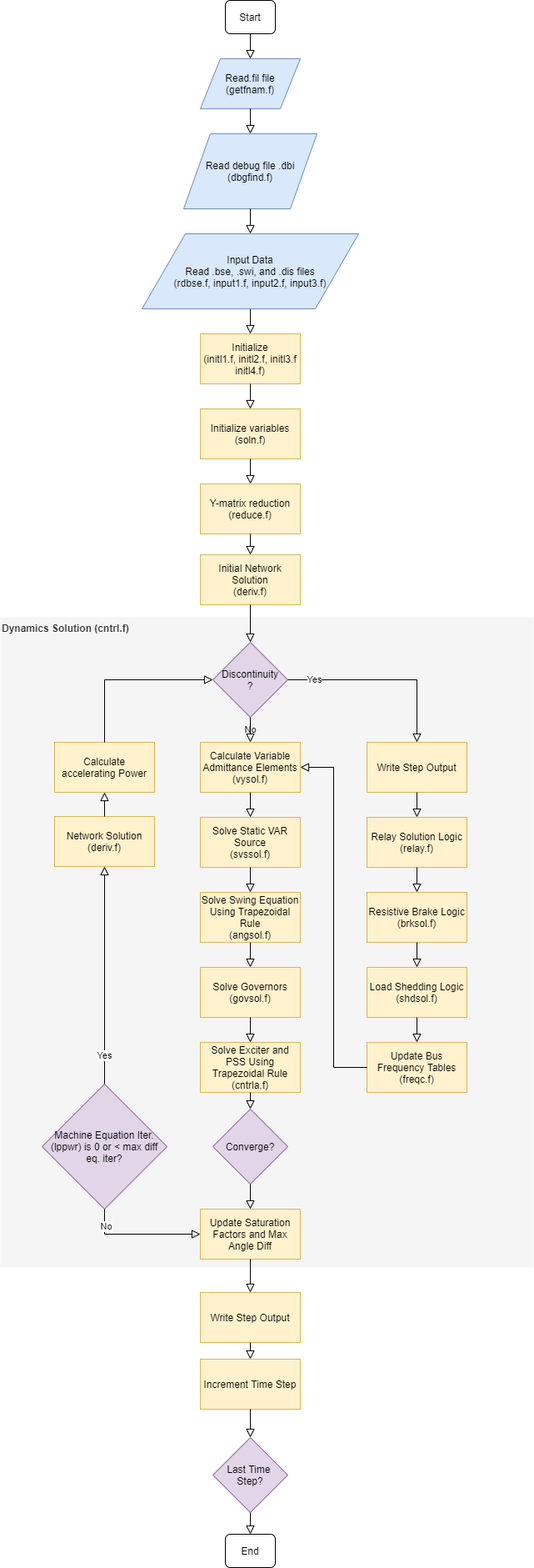
This is docs/img/IPF-tsp-flowchart.png from mbheinen/bpa-ipf-tsp, a draw.io export, as it was before one commit. Source tidied: cells renumbered, new cells last; positions are measured from the earlier drawing's top-left corner, leaving out a move shared by most shapes.
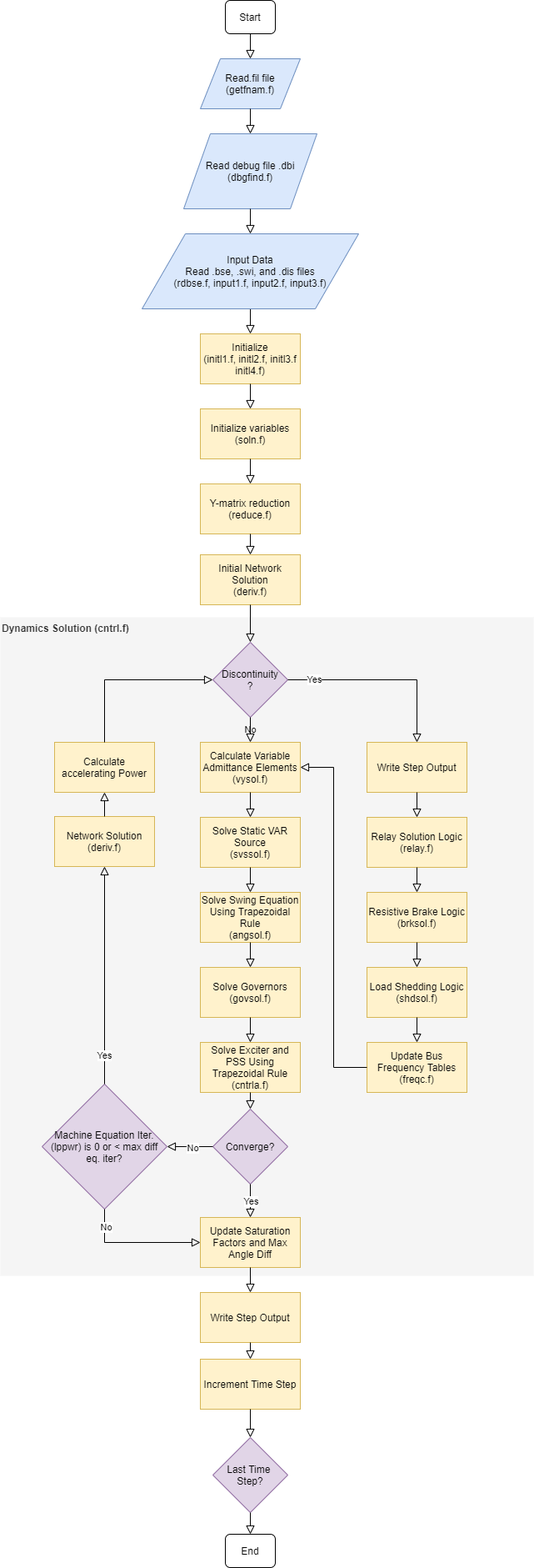
The same file after the commit.

The edit, as a diff of the source:
```diff
@@ -51,7 +51,7 @@
       <mxGeometry relative="1" as="geometry" />
     </mxCell>
     <mxCell id="18" value="Dynamics Solution (cntrl.f)" style="rounded=0;whiteSpace=wrap;html=1;verticalAlign=top;align=left;fontStyle=1;strokeColor=none;fillColor=#f5f5f5;fontColor=#333333;" parent="1" vertex="1">
-      <mxGeometry y="740" width="640" height="780" as="geometry" />
+      <mxGeometry y="740" width="640" height="790" as="geometry" />
     </mxCell>
     <mxCell id="19" value="Discontinuity&lt;br&gt;?" style="rhombus;whiteSpace=wrap;html=1;align=center;fillColor=#e1d5e7;strokeColor=#9673a6;" parent="1" vertex="1">
       <mxGeometry x="255" y="770" width="90" height="90" as="geometry" />
@@ -99,7 +99,7 @@
       <mxGeometry x="65" y="890" width="120" height="60" as="geometry" />
     </mxCell>
     <mxCell id="34" value="Update Saturation Factors and Max Angle Diff" style="rounded=0;whiteSpace=wrap;html=1;fillColor=#fff2cc;strokeColor=#d6b656;" parent="1" vertex="1">
-      <mxGeometry x="240" y="1450" width="120" height="60" as="geometry" />
+      <mxGeometry x="240" y="1460" width="120" height="60" as="geometry" />
     </mxCell>
     <mxCell id="35" value="Write Step Output" style="rounded=0;whiteSpace=wrap;html=1;fillColor=#fff2cc;strokeColor=#d6b656;" parent="1" vertex="1">
       <mxGeometry x="240" y="1550" width="120" height="60" as="geometry" />
@@ -170,9 +170,6 @@
     <mxCell id="57" style="rounded=0;html=1;jettySize=auto;fontSize=11;endArrow=block;endFill=0;endSize=8;strokeWidth=1;shadow=0;labelBackgroundColor=none;edgeStyle=orthogonalEdgeStyle;exitX=0.5;exitY=0;exitDx=0;exitDy=0;entryX=0.5;entryY=1;entryDx=0;entryDy=0;" parent="1" edge="1" source="32" target="33">
       <mxGeometry relative="1" as="geometry" />
     </mxCell>
-    <mxCell id="58" style="rounded=0;html=1;jettySize=auto;fontSize=11;endArrow=block;endFill=0;endSize=8;strokeWidth=1;shadow=0;labelBackgroundColor=none;edgeStyle=orthogonalEdgeStyle;exitX=0.5;exitY=1;exitDx=0;exitDy=0;entryX=0.5;entryY=0;entryDx=0;entryDy=0;" parent="1" edge="1" source="30" target="34">
-      <mxGeometry relative="1" as="geometry" />
-    </mxCell>
     <mxCell id="59" style="rounded=0;html=1;jettySize=auto;fontSize=11;endArrow=block;endFill=0;endSize=8;strokeWidth=1;shadow=0;labelBackgroundColor=none;edgeStyle=orthogonalEdgeStyle;exitX=0.5;exitY=1;exitDx=0;exitDy=0;entryX=0.5;entryY=0;entryDx=0;entryDy=0;" parent="1" edge="1" source="34" target="35">
       <mxGeometry relative="1" as="geometry" />
     </mxCell>
@@ -185,5 +182,21 @@
     <mxCell id="62" style="rounded=0;html=1;jettySize=auto;fontSize=11;endArrow=block;endFill=0;endSize=8;strokeWidth=1;shadow=0;labelBackgroundColor=none;edgeStyle=orthogonalEdgeStyle;exitX=0.5;exitY=1;exitDx=0;exitDy=0;entryX=0.5;entryY=0;entryDx=0;entryDy=0;" parent="1" edge="1" source="37" target="4">
       <mxGeometry relative="1" as="geometry" />
     </mxCell>
+    <mxCell id="63" style="rounded=0;html=1;jettySize=auto;fontSize=11;endArrow=block;endFill=0;endSize=8;strokeWidth=1;shadow=0;labelBackgroundColor=none;edgeStyle=orthogonalEdgeStyle;entryX=1;entryY=0.5;entryDx=0;entryDy=0;exitX=0;exitY=0.5;exitDx=0;exitDy=0;" parent="1" edge="1" source="30" target="31">
+      <mxGeometry relative="1" as="geometry" />
+    </mxCell>
+    <mxCell id="64" value="No" style="edgeLabel;html=1;align=center;verticalAlign=middle;" parent="63" vertex="1">
+      <mxGeometry x="-0.73" y="1" relative="1" as="geometry">
+        <mxPoint x="-18" as="offset" />
+      </mxGeometry>
+    </mxCell>
+    <mxCell id="58" style="rounded=0;html=1;jettySize=auto;fontSize=11;endArrow=block;endFill=0;endSize=8;strokeWidth=1;shadow=0;labelBackgroundColor=none;edgeStyle=orthogonalEdgeStyle;entryX=0.5;entryY=0;entryDx=0;entryDy=0;exitX=0.5;exitY=1;exitDx=0;exitDy=0;" parent="1" edge="1" source="30" target="34">
+      <mxGeometry relative="1" as="geometry" />
+    </mxCell>
+    <mxCell id="65" value="Yes" style="edgeLabel;html=1;align=center;verticalAlign=middle;" parent="58" vertex="1">
+      <mxGeometry x="-0.73" y="1" relative="1" as="geometry">
+        <mxPoint x="-1" y="15" as="offset" />
+      </mxGeometry>
+    </mxCell>
   </root>
 </mxGraphModel>
```
